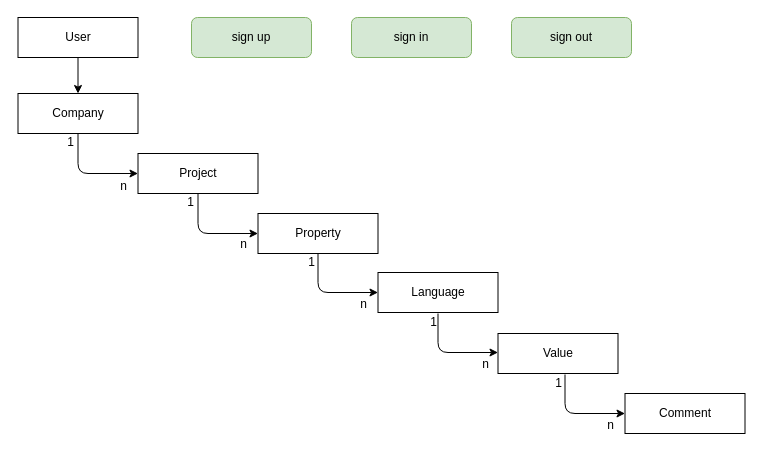
The draw.io diagram docs/diagrams/create.drawio in DallaValle/SuperLocalizer, before the edit. Source tidied: cells renumbered, new cells numbered last; positions are measured from the earlier drawing's top-left corner, leaving out a move shared by most shapes. Both pictures are drawn from the tidied source at 100%, with x=0, y=0 at pixel (17, 17).
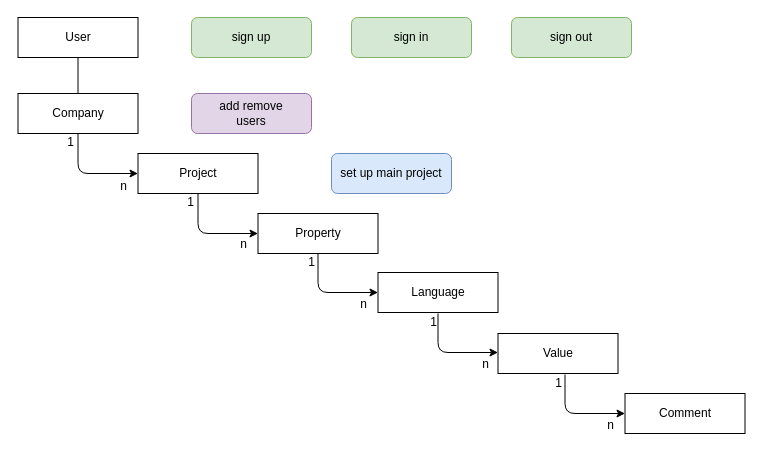
The same diagram, later.

The change refers to these unchanged cells:
```xml
<mxCell id="4" value="Company" style="whiteSpace=wrap;html=1;" parent="1" vertex="1">
  <mxGeometry x="0.5" y="76" width="120" height="40" as="geometry" />
</mxCell>
<mxCell id="27" value="User" style="whiteSpace=wrap;html=1;" parent="1" vertex="1">
  <mxGeometry x="0.5" width="120" height="40" as="geometry" />
</mxCell>
```

The edit, as a diff of the source:
```diff
@@
-    <mxCell id="26" style="edgeStyle=none;html=1;" parent="1" edge="1" source="27" target="4">
+    <mxCell id="26" style="edgeStyle=none;html=1;endArrow=none;endFill=0;" parent="1" edge="1" source="27" target="4">
       <mxGeometry relative="1" as="geometry" />
     </mxCell>
@@
+    <mxCell id="28" value="set up main project" style="whiteSpace=wrap;html=1;rounded=1;fillColor=#dae8fc;strokeColor=#6c8ebf;" parent="1" vertex="1">
+      <mxGeometry x="314" y="136" width="120" height="40" as="geometry" />
+    </mxCell>
+    <mxCell id="29" value="add remove&lt;div&gt;users&lt;/div&gt;" style="whiteSpace=wrap;html=1;rounded=1;fillColor=#e1d5e7;strokeColor=#9673a6;" parent="1" vertex="1">
+      <mxGeometry x="174" y="76" width="120" height="40" as="geometry" />
+    </mxCell>
```
